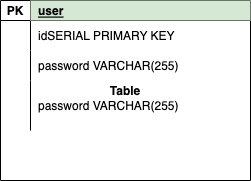
The draw.io diagram Untitled Diagram.drawio.png in danieldenton/cryptowatch, before a commit. Source tidied: cells renumbered, new cells last; positions are measured from the earlier drawing's top-left corner, leaving out a move shared by most shapes. Its diagram source:
```xml
<mxGraphModel>
  <root>
    <mxCell id="0" />
    <mxCell id="1" parent="0" />
    <mxCell id="2" value="Table" style="shape=table;startSize=0;rowLines=0;fontStyle=1;align=center;" parent="1" vertex="1">
      <mxGeometry width="250" height="180" as="geometry" />
    </mxCell>
    <mxCell id="3" style="shape=tableRow;horizontal=0;startSize=0;swimlaneHead=0;swimlaneBody=0;fillColor=none;top=0;left=0;right=0;bottom=1;" parent="2" vertex="1">
      <mxGeometry width="250" height="20" as="geometry" />
    </mxCell>
    <mxCell id="4" value="PK" style="shape=partialRectangle;fillColor=none;top=0;left=0;bottom=0;right=0;fontStyle=1;overflow=hidden;" parent="3" vertex="1">
      <mxGeometry width="30" height="20" as="geometry" />
    </mxCell>
    <mxCell id="5" value="user" style="shape=partialRectangle;fillColor=#d5e8d4;top=0;left=0;bottom=0;right=0;align=left;spacingLeft=6;fontStyle=5;overflow=hidden;strokeColor=#82b366;" parent="3" vertex="1">
      <mxGeometry x="30" width="220" height="20" as="geometry" />
    </mxCell>
    <mxCell id="6" style="shape=tableRow;horizontal=0;startSize=0;swimlaneHead=0;swimlaneBody=0;fillColor=none;top=0;left=0;right=0;bottom=0;" parent="2" vertex="1">
      <mxGeometry y="20" width="250" height="30" as="geometry" />
    </mxCell>
    <mxCell id="7" style="shape=partialRectangle;fillColor=none;top=0;left=0;bottom=0;right=0;overflow=hidden;" parent="6" vertex="1">
      <mxGeometry width="30" height="30" as="geometry" />
    </mxCell>
    <mxCell id="8" value="idSERIAL PRIMARY KEY" style="shape=partialRectangle;fillColor=none;top=0;left=0;bottom=0;right=0;align=left;spacingLeft=6;overflow=hidden;" parent="6" vertex="1">
      <mxGeometry x="30" width="220" height="30" as="geometry" />
    </mxCell>
    <mxCell id="9" style="shape=tableRow;horizontal=0;startSize=0;swimlaneHead=0;swimlaneBody=0;fillColor=none;top=0;left=0;right=0;bottom=0;" parent="2" vertex="1">
      <mxGeometry y="50" width="250" height="30" as="geometry" />
    </mxCell>
    <mxCell id="10" style="shape=partialRectangle;fillColor=none;top=0;left=0;bottom=0;right=0;overflow=hidden;" parent="9" vertex="1">
      <mxGeometry width="30" height="30" as="geometry" />
    </mxCell>
    <mxCell id="11" value="password VARCHAR(255)" style="shape=partialRectangle;fillColor=none;top=0;left=0;bottom=0;right=0;align=left;spacingLeft=6;overflow=hidden;" parent="9" vertex="1">
      <mxGeometry x="30" width="220" height="30" as="geometry" />
    </mxCell>
    <mxCell id="12" style="shape=tableRow;horizontal=0;startSize=0;swimlaneHead=0;swimlaneBody=0;fillColor=none;top=0;left=0;right=0;bottom=0;" parent="2" vertex="1">
      <mxGeometry y="80" width="250" height="50" as="geometry" />
    </mxCell>
    <mxCell id="13" style="shape=partialRectangle;fillColor=none;top=0;left=0;bottom=0;right=0;overflow=hidden;" parent="12" vertex="1">
      <mxGeometry width="30" height="50" as="geometry" />
    </mxCell>
    <mxCell id="14" value="password VARCHAR(255)" style="shape=partialRectangle;fillColor=none;top=0;left=0;bottom=0;right=0;align=left;spacingLeft=6;overflow=hidden;" parent="12" vertex="1">
      <mxGeometry x="30" width="220" height="50" as="geometry" />
    </mxCell>
  </root>
</mxGraphModel>
```
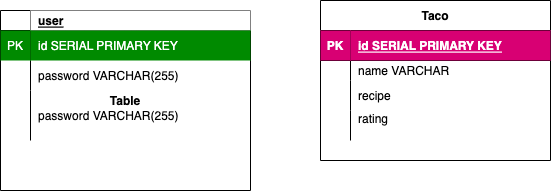
The same diagram one commit later.

The edit, as a diff of the source:
```diff
@@ -8,19 +8,19 @@
     <mxCell id="3" style="shape=tableRow;horizontal=0;startSize=0;swimlaneHead=0;swimlaneBody=0;fillColor=none;top=0;left=0;right=0;bottom=1;" parent="2" vertex="1">
       <mxGeometry width="250" height="20" as="geometry" />
     </mxCell>
-    <mxCell id="4" value="PK" style="shape=partialRectangle;fillColor=none;top=0;left=0;bottom=0;right=0;fontStyle=1;overflow=hidden;" parent="3" vertex="1">
+    <mxCell id="4" style="shape=partialRectangle;fillColor=none;top=0;left=0;bottom=0;right=0;fontStyle=1;overflow=hidden;" parent="3" vertex="1">
       <mxGeometry width="30" height="20" as="geometry" />
     </mxCell>
-    <mxCell id="5" value="user" style="shape=partialRectangle;fillColor=#d5e8d4;top=0;left=0;bottom=0;right=0;align=left;spacingLeft=6;fontStyle=5;overflow=hidden;strokeColor=#82b366;" parent="3" vertex="1">
+    <mxCell id="5" value="user" style="shape=partialRectangle;top=0;left=0;bottom=0;right=0;align=left;spacingLeft=6;fontStyle=5;overflow=hidden;" parent="3" vertex="1">
       <mxGeometry x="30" width="220" height="20" as="geometry" />
     </mxCell>
     <mxCell id="6" style="shape=tableRow;horizontal=0;startSize=0;swimlaneHead=0;swimlaneBody=0;fillColor=none;top=0;left=0;right=0;bottom=0;" parent="2" vertex="1">
       <mxGeometry y="20" width="250" height="30" as="geometry" />
     </mxCell>
-    <mxCell id="7" style="shape=partialRectangle;fillColor=none;top=0;left=0;bottom=0;right=0;overflow=hidden;" parent="6" vertex="1">
+    <mxCell id="7" value="PK" style="shape=partialRectangle;fillColor=#008a00;top=0;left=0;bottom=0;right=0;overflow=hidden;fontColor=#ffffff;strokeColor=#005700;" parent="6" vertex="1">
       <mxGeometry width="30" height="30" as="geometry" />
     </mxCell>
-    <mxCell id="8" value="idSERIAL PRIMARY KEY" style="shape=partialRectangle;fillColor=none;top=0;left=0;bottom=0;right=0;align=left;spacingLeft=6;overflow=hidden;" parent="6" vertex="1">
+    <mxCell id="8" value="id SERIAL PRIMARY KEY" style="shape=partialRectangle;fillColor=#008a00;top=0;left=0;bottom=0;right=0;align=left;spacingLeft=6;overflow=hidden;fontColor=#ffffff;strokeColor=#005700;" parent="6" vertex="1">
       <mxGeometry x="30" width="220" height="30" as="geometry" />
     </mxCell>
     <mxCell id="9" style="shape=tableRow;horizontal=0;startSize=0;swimlaneHead=0;swimlaneBody=0;fillColor=none;top=0;left=0;right=0;bottom=0;" parent="2" vertex="1">
@@ -41,5 +41,44 @@
     <mxCell id="14" value="password VARCHAR(255)" style="shape=partialRectangle;fillColor=none;top=0;left=0;bottom=0;right=0;align=left;spacingLeft=6;overflow=hidden;" parent="12" vertex="1">
       <mxGeometry x="30" width="220" height="50" as="geometry" />
     </mxCell>
+    <mxCell id="15" value="Taco" style="shape=table;startSize=30;rowLines=0;fontStyle=1;align=center;" parent="1" vertex="1">
+      <mxGeometry x="320" y="-10" width="230" height="160" as="geometry" />
+    </mxCell>
+    <mxCell id="16" style="shape=tableRow;horizontal=0;startSize=0;swimlaneHead=0;swimlaneBody=0;fillColor=none;top=0;left=0;right=0;bottom=1;" parent="15" vertex="1">
+      <mxGeometry y="30" width="230" height="30" as="geometry" />
+    </mxCell>
+    <mxCell id="17" value="PK" style="shape=partialRectangle;fillColor=#d80073;top=0;left=0;bottom=0;right=0;fontStyle=1;overflow=hidden;fontColor=#ffffff;strokeColor=#A50040;" parent="16" vertex="1">
+      <mxGeometry width="30" height="30" as="geometry" />
+    </mxCell>
+    <mxCell id="18" value="id SERIAL PRIMARY KEY" style="shape=partialRectangle;fillColor=#d80073;top=0;left=0;bottom=0;right=0;align=left;spacingLeft=6;fontStyle=5;overflow=hidden;fontColor=#ffffff;strokeColor=#A50040;" parent="16" vertex="1">
+      <mxGeometry x="30" width="200" height="30" as="geometry" />
+    </mxCell>
+    <mxCell id="19" style="shape=tableRow;horizontal=0;startSize=0;swimlaneHead=0;swimlaneBody=0;fillColor=none;top=0;left=0;right=0;bottom=0;" parent="15" vertex="1">
+      <mxGeometry y="60" width="230" height="20" as="geometry" />
+    </mxCell>
+    <mxCell id="20" style="shape=partialRectangle;fillColor=none;top=0;left=0;bottom=0;right=0;overflow=hidden;" parent="19" vertex="1">
+      <mxGeometry width="30" height="20" as="geometry" />
+    </mxCell>
+    <mxCell id="21" value="name VARCHAR" style="shape=partialRectangle;fillColor=none;top=0;left=0;bottom=0;right=0;align=left;spacingLeft=6;overflow=hidden;" parent="19" vertex="1">
+      <mxGeometry x="30" width="200" height="20" as="geometry" />
+    </mxCell>
+    <mxCell id="22" style="shape=tableRow;horizontal=0;startSize=0;swimlaneHead=0;swimlaneBody=0;fillColor=none;top=0;left=0;right=0;bottom=0;" parent="15" vertex="1">
+      <mxGeometry y="80" width="230" height="30" as="geometry" />
+    </mxCell>
+    <mxCell id="23" style="shape=partialRectangle;fillColor=none;top=0;left=0;bottom=0;right=0;overflow=hidden;" parent="22" vertex="1">
+      <mxGeometry width="30" height="30" as="geometry" />
+    </mxCell>
+    <mxCell id="24" value="recipe" style="shape=partialRectangle;fillColor=none;top=0;left=0;bottom=0;right=0;align=left;spacingLeft=6;overflow=hidden;" parent="22" vertex="1">
+      <mxGeometry x="30" width="200" height="30" as="geometry" />
+    </mxCell>
+    <mxCell id="25" style="shape=tableRow;horizontal=0;startSize=0;swimlaneHead=0;swimlaneBody=0;fillColor=none;top=0;left=0;right=0;bottom=0;" parent="15" vertex="1">
+      <mxGeometry y="110" width="230" height="30" as="geometry" />
+    </mxCell>
+    <mxCell id="26" style="shape=partialRectangle;fillColor=none;top=0;left=0;bottom=0;right=0;overflow=hidden;" parent="25" vertex="1">
+      <mxGeometry width="30" height="30" as="geometry" />
+    </mxCell>
+    <mxCell id="27" value="rating&#10;" style="shape=partialRectangle;fillColor=none;top=0;left=0;bottom=0;right=0;align=left;spacingLeft=6;overflow=hidden;" parent="25" vertex="1">
+      <mxGeometry x="30" width="200" height="30" as="geometry" />
+    </mxCell>
   </root>
 </mxGraphModel>
```
